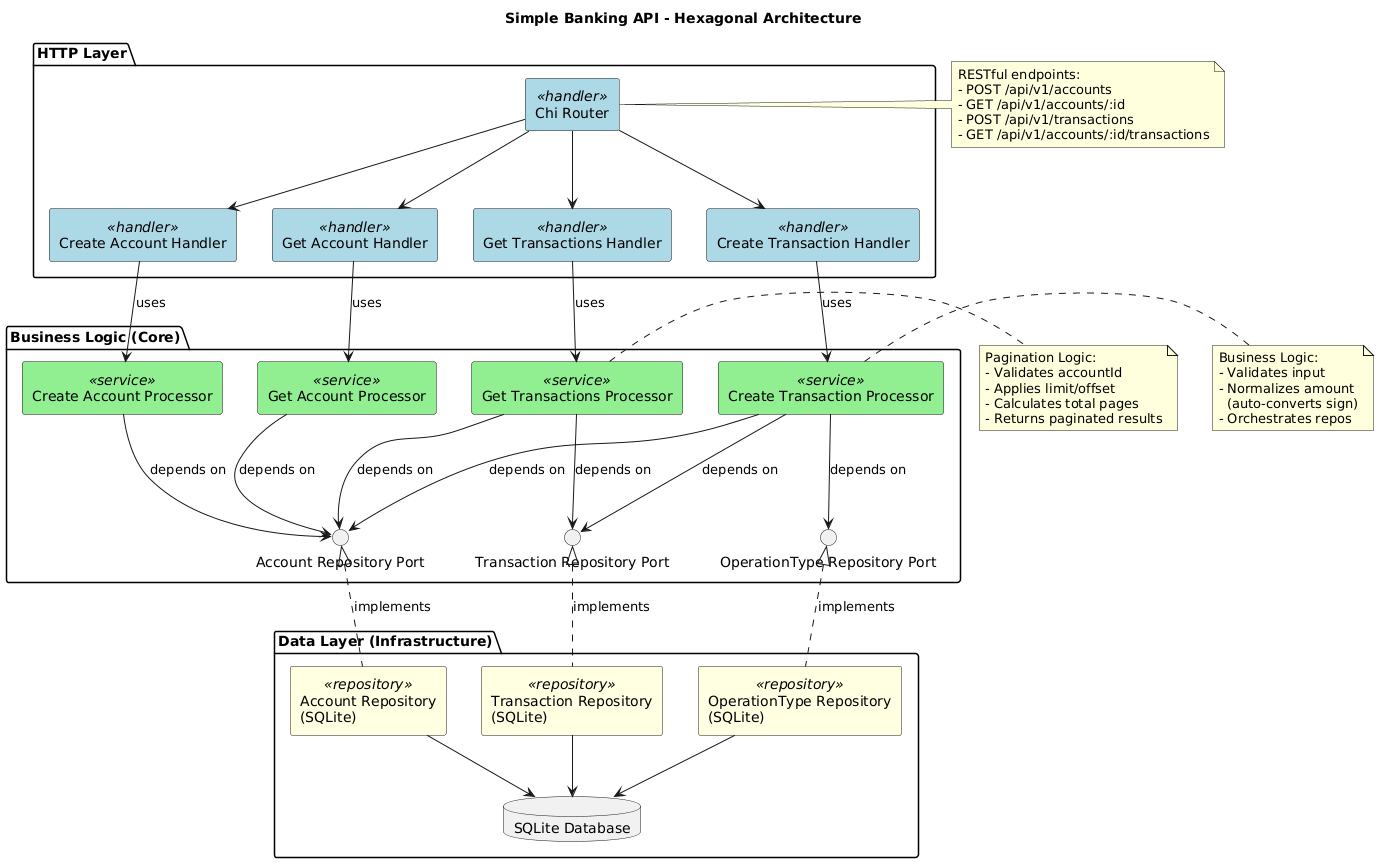
This is docs/sequence-diagrams/architecture.png from larissamartinsss/simple-banking-api, a PlantUML export, as it was before one commit. Its source is kept beside it as docs/sequence-diagrams/architecture.puml. Source of this version:
```plantuml
@startuml architecture
!define RECTANGLE class

skinparam rectangle {
    BackgroundColor<<handler>> LightBlue
    BackgroundColor<<service>> LightGreen
    BackgroundColor<<repository>> LightYellow
    BackgroundColor<<database>> LightCoral
}

title Simple Banking API - Hexagonal Architecture

package "HTTP Layer" {
    rectangle "Create Account Handler" <<handler>> as CAH
    rectangle "Get Account Handler" <<handler>> as GAH
    rectangle "Create Transaction Handler" <<handler>> as CTH
    rectangle "Get Transactions Handler" <<handler>> as GTH
    rectangle "Chi Router" <<handler>> as Router
}

package "Business Logic (Core)" {
    rectangle "Create Account Processor" <<service>> as CAP
    rectangle "Get Account Processor" <<service>> as GAP
    rectangle "Create Transaction Processor" <<service>> as CTP
    rectangle "Get Transactions Processor" <<service>> as GTP

    interface "Account Repository Port" as ARP
    interface "Transaction Repository Port" as TRP
    interface "OperationType Repository Port" as ORP
}

package "Data Layer (Infrastructure)" {
    rectangle "Account Repository\n(SQLite)" <<repository>> as AR
    rectangle "Transaction Repository\n(SQLite)" <<repository>> as TR
    rectangle "OperationType Repository\n(SQLite)" <<repository>> as OR
    database "SQLite Database" as DB
}

Router --> CAH
Router --> GAH
Router --> CTH
Router --> GTH
CAH --> CAP : uses
GAH --> GAP : uses
CTH --> CTP : uses
GTH --> GTP : uses

CAP --> ARP : depends on
GAP --> ARP : depends on
CTP --> TRP : depends on
CTP --> ARP : depends on
CTP --> ORP : depends on
GTP --> TRP : depends on
GTP --> ARP : depends on

ARP <|.. AR : implements
TRP <|.. TR : implements
ORP <|.. OR : implements

AR --> DB
TR --> DB
OR --> DB

note right of Router
  RESTful endpoints:
  - POST /api/v1/accounts
  - GET /api/v1/accounts/:id
  - POST /api/v1/transactions
  - GET /api/v1/accounts/:id/transactions
end note

note right of CTP
  Business Logic:
  - Validates input
  - Normalizes amount
    (auto-converts sign)
  - Orchestrates repos
end note

note right of GTP
  Pagination Logic:
  - Validates accountId
  - Applies limit/offset
  - Calculates total pages
  - Returns paginated results
end note

@enduml
```
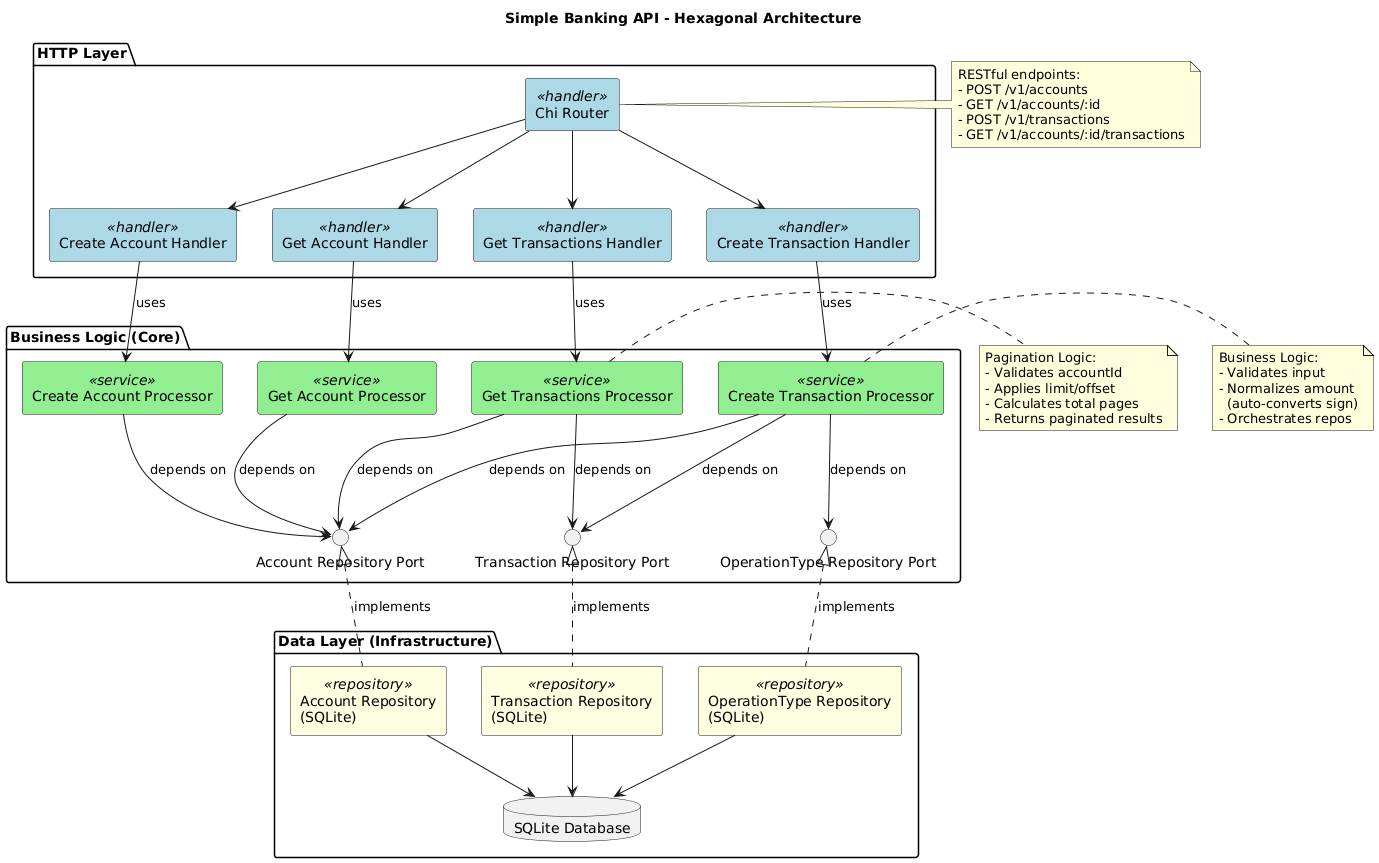
Above is the later version.

Change to the diagram source:
```diff
@@ -63,10 +63,10 @@
 
 note right of Router
   RESTful endpoints:
-  - POST /api/v1/accounts
-  - GET /api/v1/accounts/:id
-  - POST /api/v1/transactions
-  - GET /api/v1/accounts/:id/transactions
+  - POST /v1/accounts
+  - GET /v1/accounts/:id
+  - POST /v1/transactions
+  - GET /v1/accounts/:id/transactions
 end note
 
 note right of CTP
```
